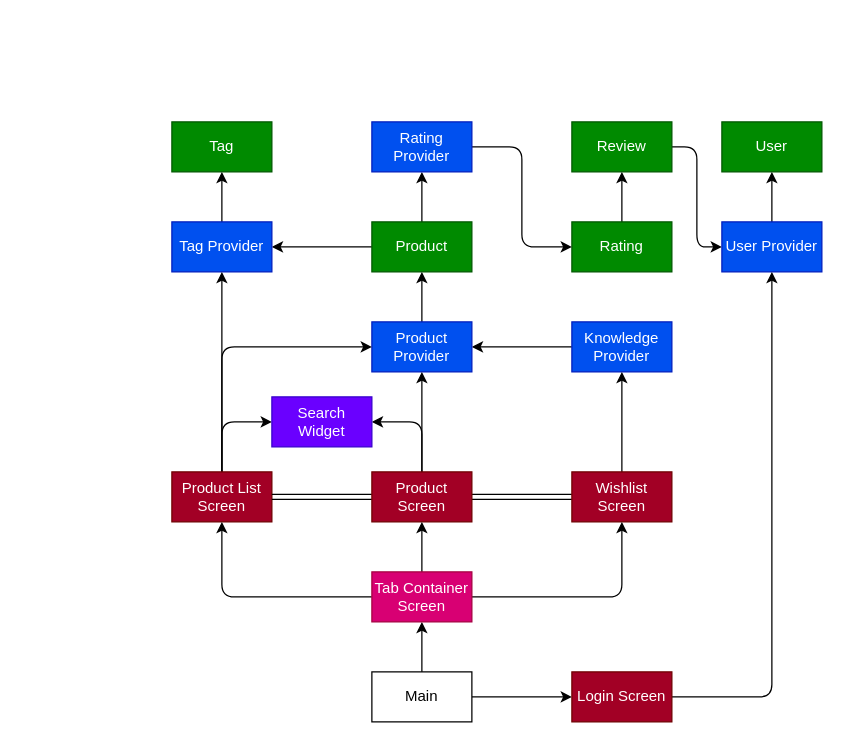
sigve10/Grocy keeps this draw.io diagram as architecture.drawio. Above is the earlier version. Source tidied: cells renumbered, new cells numbered last; positions are measured from the earlier drawing's top-left corner, leaving out a move shared by most shapes. Both pictures are drawn from the tidied source at 125%, with x=0, y=0 at pixel (171, 121).
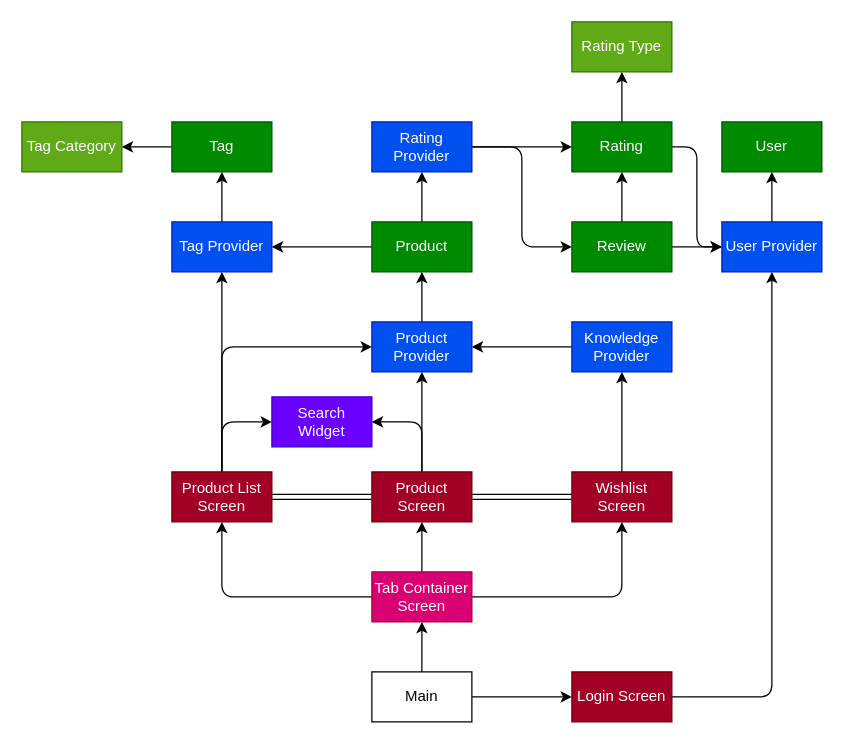
Above is the later version.

Commit message:
Updated architecture graph

Unchanged cells that the change refers to:
```xml
<mxCell id="7" value="Product" style="rounded=0;whiteSpace=wrap;html=1;fillColor=#008a00;fontColor=#ffffff;strokeColor=#005700;" parent="1" vertex="1">
  <mxGeometry x="160" y="80" width="80" height="40" as="geometry" />
</mxCell>
<mxCell id="8" value="Tag" style="rounded=0;whiteSpace=wrap;html=1;fillColor=#008a00;fontColor=#ffffff;strokeColor=#005700;" parent="1" vertex="1">
  <mxGeometry width="80" height="40" as="geometry" />
</mxCell>
<mxCell id="19" value="Rating Provider" style="rounded=0;whiteSpace=wrap;html=1;fillColor=#0050ef;fontColor=#ffffff;strokeColor=#001DBC;" parent="1" vertex="1">
  <mxGeometry x="160" width="80" height="40" as="geometry" />
</mxCell>
<mxCell id="21" value="User Provider" style="rounded=0;whiteSpace=wrap;html=1;fillColor=#0050ef;fontColor=#ffffff;strokeColor=#001DBC;" parent="1" vertex="1">
  <mxGeometry x="440" y="80" width="80" height="40" as="geometry" />
</mxCell>
<mxCell id="23" value="Tag Provider" style="rounded=0;whiteSpace=wrap;html=1;fillColor=#0050ef;fontColor=#ffffff;strokeColor=#001DBC;" parent="1" vertex="1">
  <mxGeometry y="80" width="80" height="40" as="geometry" />
</mxCell>
```

Diff of the diagram source:
```diff
@@
+    <mxCell id="6" style="edgeStyle=orthogonalEdgeStyle;html=1;exitX=0;exitY=0.5;exitDx=0;exitDy=0;entryX=1;entryY=0.5;entryDx=0;entryDy=0;" parent="1" edge="1" source="7" target="23">
+      <mxGeometry relative="1" as="geometry" />
+    </mxCell>
@@
-    <mxCell id="6" style="edgeStyle=orthogonalEdgeStyle;html=1;exitX=0;exitY=0.5;exitDx=0;exitDy=0;entryX=1;entryY=0.5;entryDx=0;entryDy=0;" parent="1" edge="1" source="7" target="23">
-      <mxGeometry relative="1" as="geometry" />
-    </mxCell>
@@
+    <mxCell id="42" style="edgeStyle=orthogonalEdgeStyle;html=1;exitX=0;exitY=0.5;exitDx=0;exitDy=0;entryX=1;entryY=0.5;entryDx=0;entryDy=0;" parent="1" edge="1" source="8" target="47">
+      <mxGeometry relative="1" as="geometry" />
+    </mxCell>
@@
+    <mxCell id="43" style="edgeStyle=orthogonalEdgeStyle;html=1;exitX=0.5;exitY=0;exitDx=0;exitDy=0;entryX=0.5;entryY=1;entryDx=0;entryDy=0;" parent="1" edge="1" source="10" target="12">
+      <mxGeometry relative="1" as="geometry" />
+    </mxCell>
@@
     <mxCell id="10" value="Review" style="rounded=0;whiteSpace=wrap;html=1;fillColor=#008a00;fontColor=#ffffff;strokeColor=#005700;" parent="1" vertex="1">
-      <mxGeometry x="320" width="80" height="40" as="geometry" />
+      <mxGeometry x="320" y="80" width="80" height="40" as="geometry" />
     </mxCell>
-    <mxCell id="11" style="edgeStyle=orthogonalEdgeStyle;html=1;exitX=0.5;exitY=0;exitDx=0;exitDy=0;entryX=0.5;entryY=1;entryDx=0;entryDy=0;" parent="1" edge="1" source="12" target="10">
-      <mxGeometry relative="1" as="geometry" />
-    </mxCell>
+    <mxCell id="44" style="edgeStyle=orthogonalEdgeStyle;html=1;exitX=0.5;exitY=0;exitDx=0;exitDy=0;entryX=0.5;entryY=1;entryDx=0;entryDy=0;" parent="1" edge="1" source="12" target="48">
+      <mxGeometry relative="1" as="geometry" />
+    </mxCell>
+    <mxCell id="45" style="edgeStyle=orthogonalEdgeStyle;html=1;exitX=1;exitY=0.5;exitDx=0;exitDy=0;entryX=0;entryY=0.5;entryDx=0;entryDy=0;" parent="1" edge="1" source="12" target="21">
+      <mxGeometry relative="1" as="geometry" />
+    </mxCell>
     <mxCell id="12" value="Rating" style="rounded=0;whiteSpace=wrap;html=1;fillColor=#008a00;fontColor=#ffffff;strokeColor=#005700;" parent="1" vertex="1">
-      <mxGeometry x="320" y="80" width="80" height="40" as="geometry" />
+      <mxGeometry x="320" width="80" height="40" as="geometry" />
     </mxCell>
@@
+    <mxCell id="46" style="edgeStyle=orthogonalEdgeStyle;html=1;exitX=1;exitY=0.5;exitDx=0;exitDy=0;entryX=0;entryY=0.5;entryDx=0;entryDy=0;" parent="1" edge="1" source="19" target="10">
+      <mxGeometry relative="1" as="geometry" />
+    </mxCell>
@@
+    <mxCell id="47" value="Tag Category" style="rounded=0;whiteSpace=wrap;html=1;fillColor=#60a917;fontColor=#ffffff;strokeColor=#2D7600;" parent="1" vertex="1">
+      <mxGeometry x="-120" width="80" height="40" as="geometry" />
+    </mxCell>
+    <mxCell id="48" value="Rating Type" style="rounded=0;whiteSpace=wrap;html=1;fillColor=#60a917;fontColor=#ffffff;strokeColor=#2D7600;" parent="1" vertex="1">
+      <mxGeometry x="320" y="-80" width="80" height="40" as="geometry" />
+    </mxCell>
```
